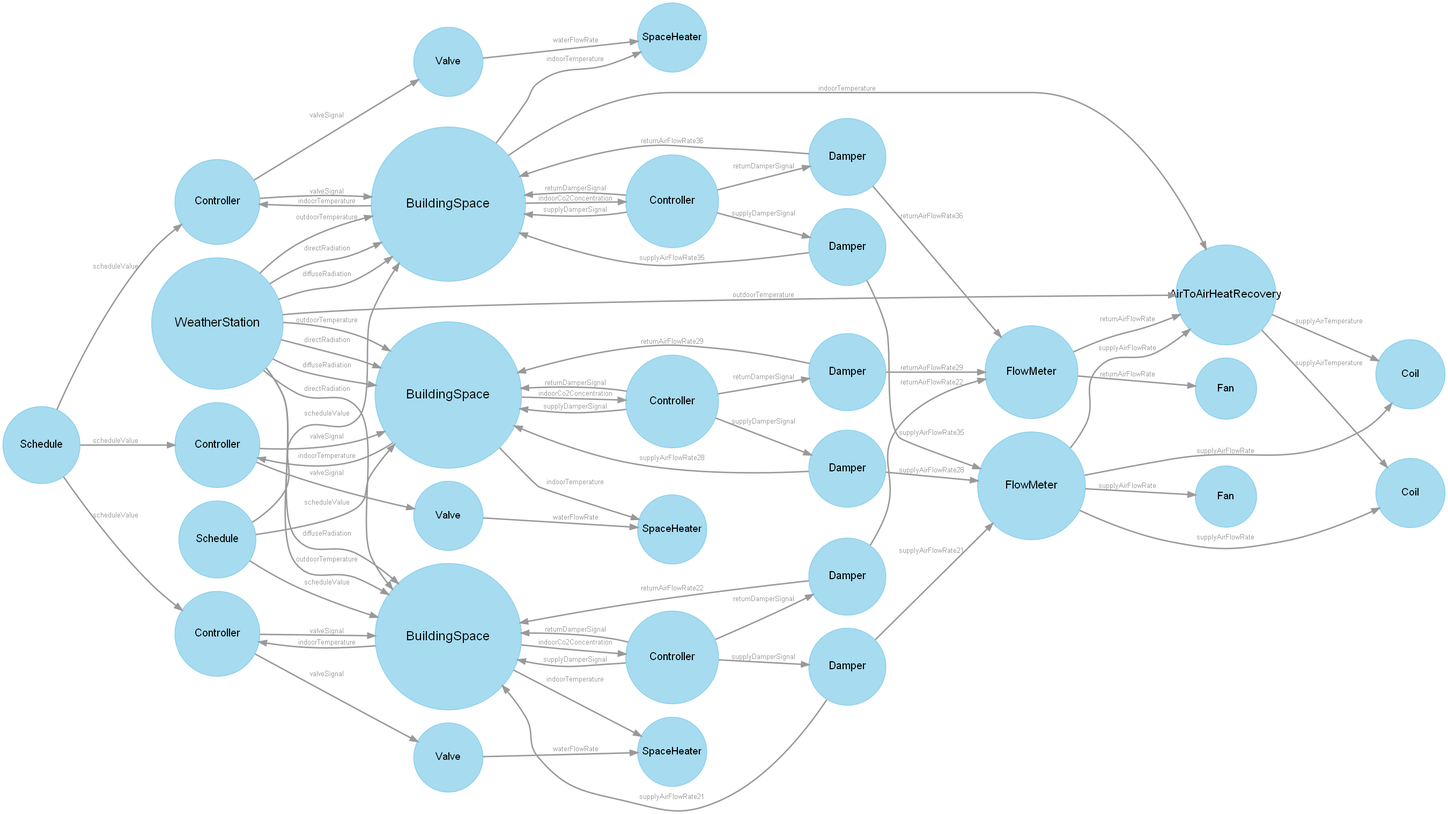
Before: system_graph.png, a diagram exported from Graphviz (JBjoernskov/Twin4Build). Its source is kept beside it as system_graph.dot. Its diagram source:
```dot
digraph  {
node [color="#23a6db66", colorscheme=oranges9, fixedsize=shape, fontname=Helvetica, fontsize=10, margin=0, shape=circle, style=filled, width=0.8];
edge [color="#999999", fontcolor="#999999", fontname=Helvetica, fontsize=10, minlen=1, penwidth=2, weight=3];
9 [fontsize="14.666666666666668", label=Schedule, width="1.5"];
19 [fontsize="15.000000000000002", label=Controller, width="1.65"];
23 [fontsize="17.666666666666668", label=BuildingSpace, width="2.8499999999999996"];
20 [fontsize="15.333333333333334", label=Controller, width="1.8"];
21 [fontsize="14.666666666666668", label=Damper, width="1.5"];
15 [fontsize="16.0", label=FlowMeter, width="2.1"];
22 [fontsize="14.666666666666668", label=Damper, width="1.5"];
16 [fontsize="15.333333333333334", label=FlowMeter, width="1.8"];
17 [fontsize="14.333333333333334", label=SpaceHeater, width="1.35"];
18 [fontsize="14.333333333333334", label=Valve, width="1.35"];
8 [fontsize="14.666666666666668", label=Schedule, width="1.5"];
7 [fontsize="17.0", label=WeatherStation, width="2.55"];
26 [fontsize="15.000000000000002", label=Controller, width="1.65"];
30 [fontsize="17.666666666666668", label=BuildingSpace, width="2.8499999999999996"];
27 [fontsize="15.333333333333334", label=Controller, width="1.8"];
28 [fontsize="14.666666666666668", label=Damper, width="1.5"];
29 [fontsize="14.666666666666668", label=Damper, width="1.5"];
24 [fontsize="14.333333333333334", label=SpaceHeater, width="1.35"];
25 [fontsize="14.333333333333334", label=Valve, width="1.35"];
33 [fontsize="15.000000000000002", label=Controller, width="1.65"];
37 [fontsize="18.0", label=BuildingSpace, width="3.0"];
34 [fontsize="15.333333333333334", label=Controller, width="1.8"];
35 [fontsize="14.666666666666668", label=Damper, width="1.5"];
36 [fontsize="14.666666666666668", label=Damper, width="1.5"];
31 [fontsize="14.333333333333334", label=SpaceHeater, width="1.35"];
32 [fontsize="14.333333333333334", label=Valve, width="1.35"];
10 [fontsize="15.666666666666668", label=AirToAirHeatRecovery, width="1.95"];
11 [fontsize="14.333333333333334", label=Coil, width="1.35"];
12 [fontsize="14.333333333333334", label=Coil, width="1.35"];
13 [fontsize="14.000000000000002", label=Fan, width="1.2"];
14 [fontsize="14.000000000000002", label=Fan, width="1.2"];
9 -> 19  [key=0, label=scheduleValue, rad=0];
9 -> 26  [key=0, label=scheduleValue, rad=0];
9 -> 33  [key=0, label=scheduleValue, rad=0];
19 -> 18  [key=0, label=valveSignal, rad=0];
19 -> 23  [key=0, label=valveSignal, rad=0];
23 -> 19  [key=0, label=indoorTemperature, rad=0];
23 -> 20  [key=0, label=indoorCo2Concentration, rad=0];
23 -> 17  [key=0, label=indoorTemperature, rad=0];
20 -> 23  [key=0, label=supplyDamperSignal, rad=0];
20 -> 23  [key=1, label=returnDamperSignal, rad=0];
20 -> 21  [key=0, label=supplyDamperSignal, rad=0];
20 -> 22  [key=0, label=returnDamperSignal, rad=0];
21 -> 15  [key=0, label=supplyAirFlowRate21, rad=0];
21 -> 23  [key=0, label=supplyAirFlowRate21, rad=0];
15 -> 10  [key=0, label=supplyAirFlowRate, rad=0];
15 -> 11  [key=0, label=supplyAirFlowRate, rad=0];
15 -> 12  [key=0, label=supplyAirFlowRate, rad=0];
15 -> 13  [key=0, label=supplyAirFlowRate, rad=0];
22 -> 16  [key=0, label=returnAirFlowRate22, rad=0];
22 -> 23  [key=0, label=returnAirFlowRate22, rad=0];
16 -> 10  [key=0, label=returnAirFlowRate, rad=0];
16 -> 14  [key=0, label=returnAirFlowRate, rad=0];
18 -> 17  [key=0, label=waterFlowRate, rad=0];
8 -> 23  [key=0, label=scheduleValue, rad=0];
8 -> 30  [key=0, label=scheduleValue, rad=0];
8 -> 37  [key=0, label=scheduleValue, rad=0];
7 -> 23  [key=0, label=directRadiation, rad=0];
7 -> 23  [key=1, label=diffuseRadiation, rad=0];
7 -> 23  [key=2, label=outdoorTemperature, rad=0];
7 -> 30  [key=0, label=directRadiation, rad=0];
7 -> 30  [key=1, label=diffuseRadiation, rad=0];
7 -> 30  [key=2, label=outdoorTemperature, rad=0];
7 -> 37  [key=0, label=directRadiation, rad=0];
7 -> 37  [key=1, label=diffuseRadiation, rad=0];
7 -> 37  [key=2, label=outdoorTemperature, rad=0];
7 -> 10  [key=0, label=outdoorTemperature, rad=0];
26 -> 25  [key=0, label=valveSignal, rad=0];
26 -> 30  [key=0, label=valveSignal, rad=0];
30 -> 26  [key=0, label=indoorTemperature, rad=0];
30 -> 27  [key=0, label=indoorCo2Concentration, rad=0];
30 -> 24  [key=0, label=indoorTemperature, rad=0];
27 -> 30  [key=0, label=supplyDamperSignal, rad=0];
27 -> 30  [key=1, label=returnDamperSignal, rad=0];
27 -> 28  [key=0, label=supplyDamperSignal, rad=0];
27 -> 29  [key=0, label=returnDamperSignal, rad=0];
28 -> 15  [key=0, label=supplyAirFlowRate28, rad=0];
28 -> 30  [key=0, label=supplyAirFlowRate28, rad=0];
29 -> 16  [key=0, label=returnAirFlowRate29, rad=0];
29 -> 30  [key=0, label=returnAirFlowRate29, rad=0];
25 -> 24  [key=0, label=waterFlowRate, rad=0];
33 -> 32  [key=0, label=valveSignal, rad=0];
33 -> 37  [key=0, label=valveSignal, rad=0];
37 -> 33  [key=0, label=indoorTemperature, rad=0];
37 -> 34  [key=0, label=indoorCo2Concentration, rad=0];
37 -> 31  [key=0, label=indoorTemperature, rad=0];
37 -> 10  [key=0, label=indoorTemperature, rad=0];
34 -> 37  [key=0, label=supplyDamperSignal, rad=0];
34 -> 37  [key=1, label=returnDamperSignal, rad=0];
34 -> 35  [key=0, label=supplyDamperSignal, rad=0];
34 -> 36  [key=0, label=returnDamperSignal, rad=0];
35 -> 15  [key=0, label=supplyAirFlowRate35, rad=0];
35 -> 37  [key=0, label=supplyAirFlowRate35, rad=0];
36 -> 16  [key=0, label=returnAirFlowRate36, rad=0];
36 -> 37  [key=0, label=returnAirFlowRate36, rad=0];
32 -> 31  [key=0, label=waterFlowRate, rad=0];
10 -> 11  [key=0, label=supplyAirTemperature, rad=0];
10 -> 12  [key=0, label=supplyAirTemperature, rad=0];
}
```
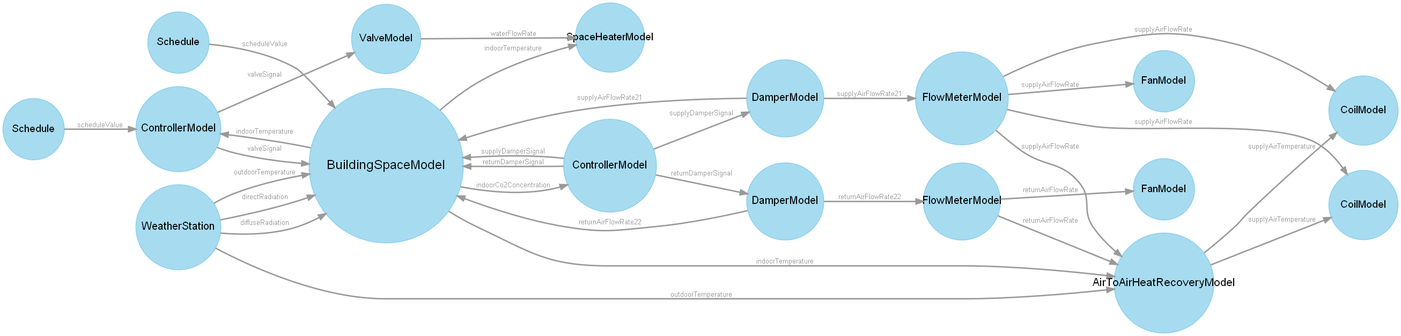
The same file after the commit.

The edit, as a diff of the source:
```diff
@@ -1,45 +1,30 @@
 digraph  {
 node [color="#23a6db66", colorscheme=oranges9, fixedsize=shape, fontname=Helvetica, fontsize=10, margin=0, shape=circle, style=filled, width=0.8];
 edge [color="#999999", fontcolor="#999999", fontname=Helvetica, fontsize=10, minlen=1, penwidth=2, weight=3];
-9 [fontsize="14.666666666666668", label=Schedule, width="1.5"];
-19 [fontsize="15.000000000000002", label=Controller, width="1.65"];
-23 [fontsize="17.666666666666668", label=BuildingSpace, width="2.8499999999999996"];
-20 [fontsize="15.333333333333334", label=Controller, width="1.8"];
-21 [fontsize="14.666666666666668", label=Damper, width="1.5"];
-15 [fontsize="16.0", label=FlowMeter, width="2.1"];
-22 [fontsize="14.666666666666668", label=Damper, width="1.5"];
-16 [fontsize="15.333333333333334", label=FlowMeter, width="1.8"];
-17 [fontsize="14.333333333333334", label=SpaceHeater, width="1.35"];
-18 [fontsize="14.333333333333334", label=Valve, width="1.35"];
-8 [fontsize="14.666666666666668", label=Schedule, width="1.5"];
-7 [fontsize="17.0", label=WeatherStation, width="2.55"];
-26 [fontsize="15.000000000000002", label=Controller, width="1.65"];
-30 [fontsize="17.666666666666668", label=BuildingSpace, width="2.8499999999999996"];
-27 [fontsize="15.333333333333334", label=Controller, width="1.8"];
-28 [fontsize="14.666666666666668", label=Damper, width="1.5"];
-29 [fontsize="14.666666666666668", label=Damper, width="1.5"];
-24 [fontsize="14.333333333333334", label=SpaceHeater, width="1.35"];
-25 [fontsize="14.333333333333334", label=Valve, width="1.35"];
-33 [fontsize="15.000000000000002", label=Controller, width="1.65"];
-37 [fontsize="18.0", label=BuildingSpace, width="3.0"];
-34 [fontsize="15.333333333333334", label=Controller, width="1.8"];
-35 [fontsize="14.666666666666668", label=Damper, width="1.5"];
-36 [fontsize="14.666666666666668", label=Damper, width="1.5"];
-31 [fontsize="14.333333333333334", label=SpaceHeater, width="1.35"];
-32 [fontsize="14.333333333333334", label=Valve, width="1.35"];
-10 [fontsize="15.666666666666668", label=AirToAirHeatRecovery, width="1.95"];
-11 [fontsize="14.333333333333334", label=Coil, width="1.35"];
-12 [fontsize="14.333333333333334", label=Coil, width="1.35"];
-13 [fontsize="14.000000000000002", label=Fan, width="1.2"];
-14 [fontsize="14.000000000000002", label=Fan, width="1.2"];
+9 [fontsize="14.000000000000002", label=Schedule, width="1.2"];
+19 [fontsize="15.000000000000002", label=ControllerModel, width="1.65"];
+23 [fontsize="18.0", label=BuildingSpaceModel, width="3.0"];
+20 [fontsize="15.333333333333334", label=ControllerModel, width="1.8"];
+21 [fontsize="14.666666666666668", label=DamperModel, width="1.5"];
+15 [fontsize="15.333333333333334", label=FlowMeterModel, width="1.8"];
+22 [fontsize="14.666666666666668", label=DamperModel, width="1.5"];
+16 [fontsize="14.666666666666668", label=FlowMeterModel, width="1.5"];
+17 [fontsize="14.333333333333334", label=SpaceHeaterModel, width="1.35"];
+18 [fontsize="14.333333333333334", label=ValveModel, width="1.35"];
+8 [fontsize="14.000000000000002", label=Schedule, width="1.2"];
+7 [fontsize="15.000000000000002", label=WeatherStation, width="1.65"];
+10 [fontsize="15.666666666666668", label=AirToAirHeatRecoveryModel, width="1.95"];
+11 [fontsize="14.333333333333334", label=CoilModel, width="1.35"];
+12 [fontsize="14.333333333333334", label=CoilModel, width="1.35"];
+13 [fontsize="14.000000000000002", label=FanModel, width="1.2"];
+14 [fontsize="14.000000000000002", label=FanModel, width="1.2"];
 9 -> 19  [key=0, label=scheduleValue, rad=0];
-9 -> 26  [key=0, label=scheduleValue, rad=0];
-9 -> 33  [key=0, label=scheduleValue, rad=0];
 19 -> 18  [key=0, label=valveSignal, rad=0];
 19 -> 23  [key=0, label=valveSignal, rad=0];
 23 -> 19  [key=0, label=indoorTemperature, rad=0];
 23 -> 20  [key=0, label=indoorCo2Concentration, rad=0];
 23 -> 17  [key=0, label=indoorTemperature, rad=0];
+23 -> 10  [key=0, label=indoorTemperature, rad=0];
 20 -> 23  [key=0, label=supplyDamperSignal, rad=0];
 20 -> 23  [key=1, label=returnDamperSignal, rad=0];
 20 -> 21  [key=0, label=supplyDamperSignal, rad=0];
@@ -56,47 +41,10 @@
 16 -> 14  [key=0, label=returnAirFlowRate, rad=0];
 18 -> 17  [key=0, label=waterFlowRate, rad=0];
 8 -> 23  [key=0, label=scheduleValue, rad=0];
-8 -> 30  [key=0, label=scheduleValue, rad=0];
-8 -> 37  [key=0, label=scheduleValue, rad=0];
 7 -> 23  [key=0, label=directRadiation, rad=0];
 7 -> 23  [key=1, label=diffuseRadiation, rad=0];
 7 -> 23  [key=2, label=outdoorTemperature, rad=0];
-7 -> 30  [key=0, label=directRadiation, rad=0];
-7 -> 30  [key=1, label=diffuseRadiation, rad=0];
-7 -> 30  [key=2, label=outdoorTemperature, rad=0];
-7 -> 37  [key=0, label=directRadiation, rad=0];
-7 -> 37  [key=1, label=diffuseRadiation, rad=0];
-7 -> 37  [key=2, label=outdoorTemperature, rad=0];
 7 -> 10  [key=0, label=outdoorTemperature, rad=0];
-26 -> 25  [key=0, label=valveSignal, rad=0];
-26 -> 30  [key=0, label=valveSignal, rad=0];
-30 -> 26  [key=0, label=indoorTemperature, rad=0];
-30 -> 27  [key=0, label=indoorCo2Concentration, rad=0];
-30 -> 24  [key=0, label=indoorTemperature, rad=0];
-27 -> 30  [key=0, label=supplyDamperSignal, rad=0];
-27 -> 30  [key=1, label=returnDamperSignal, rad=0];
-27 -> 28  [key=0, label=supplyDamperSignal, rad=0];
-27 -> 29  [key=0, label=returnDamperSignal, rad=0];
-28 -> 15  [key=0, label=supplyAirFlowRate28, rad=0];
-28 -> 30  [key=0, label=supplyAirFlowRate28, rad=0];
-29 -> 16  [key=0, label=returnAirFlowRate29, rad=0];
-29 -> 30  [key=0, label=returnAirFlowRate29, rad=0];
-25 -> 24  [key=0, label=waterFlowRate, rad=0];
-33 -> 32  [key=0, label=valveSignal, rad=0];
-33 -> 37  [key=0, label=valveSignal, rad=0];
-37 -> 33  [key=0, label=indoorTemperature, rad=0];
-37 -> 34  [key=0, label=indoorCo2Concentration, rad=0];
-37 -> 31  [key=0, label=indoorTemperature, rad=0];
-37 -> 10  [key=0, label=indoorTemperature, rad=0];
-34 -> 37  [key=0, label=supplyDamperSignal, rad=0];
-34 -> 37  [key=1, label=returnDamperSignal, rad=0];
-34 -> 35  [key=0, label=supplyDamperSignal, rad=0];
-34 -> 36  [key=0, label=returnDamperSignal, rad=0];
-35 -> 15  [key=0, label=supplyAirFlowRate35, rad=0];
-35 -> 37  [key=0, label=supplyAirFlowRate35, rad=0];
-36 -> 16  [key=0, label=returnAirFlowRate36, rad=0];
-36 -> 37  [key=0, label=returnAirFlowRate36, rad=0];
-32 -> 31  [key=0, label=waterFlowRate, rad=0];
 10 -> 11  [key=0, label=supplyAirTemperature, rad=0];
 10 -> 12  [key=0, label=supplyAirTemperature, rad=0];
 }
```
